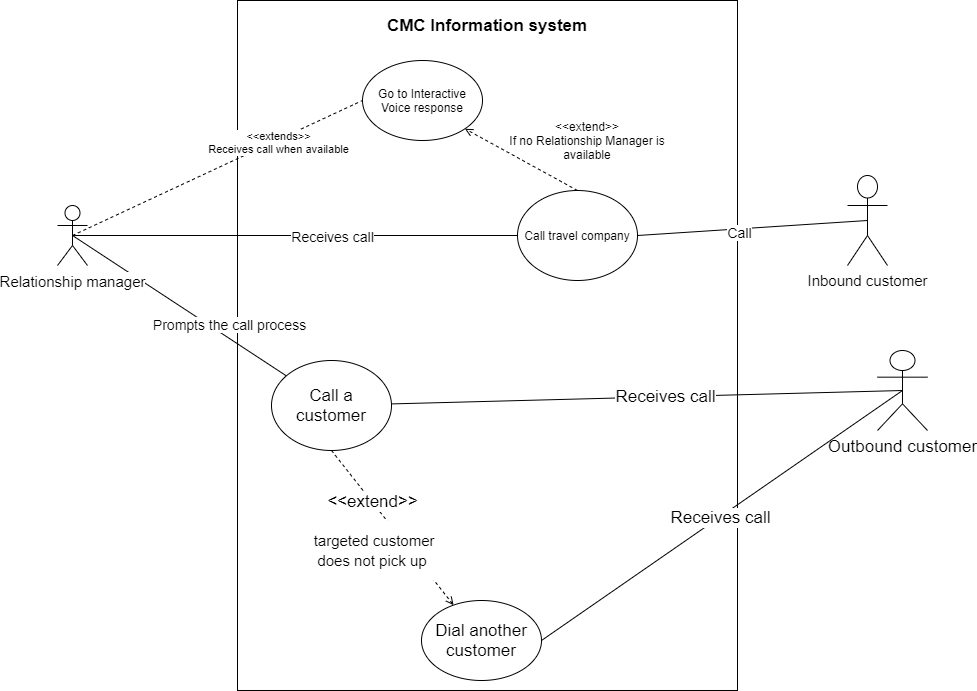
Earlier version of the draw.io export Folder for workproducts and models/Use case diagram "inbound and outbound".png (tharlon7/ADJMT). Source tidied: cells renumbered, new cells last; positions are measured from the earlier drawing's top-left corner, leaving out a move shared by most shapes. Source of this version:
```xml
<mxGraphModel>
  <root>
    <mxCell id="0" />
    <mxCell id="1" parent="0" />
    <mxCell id="2" style="rounded=0;whiteSpace=wrap;html=1;fontSize=17;" parent="1" vertex="1">
      <mxGeometry x="180" width="500" height="690" as="geometry" />
    </mxCell>
    <mxCell id="3" value="&lt;b style=&quot;font-size: 17px;&quot;&gt;&lt;font style=&quot;font-size: 17px;&quot;&gt;CMC Information system&lt;/font&gt;&lt;/b&gt;" style="text;html=1;strokeColor=none;fillColor=none;align=center;verticalAlign=middle;whiteSpace=wrap;rounded=0;fontSize=17;" parent="1" vertex="1">
      <mxGeometry x="306" y="10" width="248" height="30" as="geometry" />
    </mxCell>
    <mxCell id="4" style="rounded=0;jettySize=auto;html=1;exitX=0.5;exitY=0.5;exitDx=0;exitDy=0;exitPerimeter=0;endArrow=none;endFill=0;fontSize=17;" parent="1" edge="1" source="8" target="14">
      <mxGeometry relative="1" as="geometry" />
    </mxCell>
    <mxCell id="5" value="Prompts the call process" style="edgeLabel;html=1;align=center;verticalAlign=middle;fontSize=14;" parent="4" vertex="1">
      <mxGeometry x="0.16" relative="1" as="geometry">
        <mxPoint x="32.9" y="7.6" as="offset" />
      </mxGeometry>
    </mxCell>
    <mxCell id="6" style="rounded=0;jettySize=auto;html=1;exitX=0.5;exitY=0.5;exitDx=0;exitDy=0;exitPerimeter=0;entryX=0;entryY=0.5;entryDx=0;entryDy=0;endArrow=none;endFill=0;dashed=1;" parent="1" edge="1" source="8" target="25">
      <mxGeometry relative="1" as="geometry" />
    </mxCell>
    <mxCell id="7" value="&amp;lt;&amp;lt;extends&amp;gt;&amp;gt;&lt;br&gt;Receives call when available" style="edgeLabel;html=1;align=center;verticalAlign=middle;" parent="6" vertex="1">
      <mxGeometry x="0.52" y="3" relative="1" as="geometry">
        <mxPoint x="-13.1" y="12.2" as="offset" />
      </mxGeometry>
    </mxCell>
    <mxCell id="8" value="&lt;font style=&quot;font-size: 15px&quot;&gt;Relationship manager&lt;/font&gt;" style="shape=umlActor;verticalLabelPosition=bottom;labelBackgroundColor=#ffffff;verticalAlign=top;html=1;outlineConnect=0;fontSize=17;" parent="1" vertex="1">
      <mxGeometry y="205" width="30" height="60" as="geometry" />
    </mxCell>
    <mxCell id="9" style="edgeStyle=none;rounded=0;jettySize=auto;html=1;exitX=0.5;exitY=0.5;exitDx=0;exitDy=0;exitPerimeter=0;endArrow=none;endFill=0;fontSize=17;" parent="1" edge="1" source="11" target="14">
      <mxGeometry relative="1" as="geometry" />
    </mxCell>
    <mxCell id="10" value="Receives call" style="edgeLabel;html=1;align=center;verticalAlign=middle;fontSize=17;" parent="9" vertex="1">
      <mxGeometry x="-0.14" y="1" relative="1" as="geometry">
        <mxPoint x="-18" y="-1" as="offset" />
      </mxGeometry>
    </mxCell>
    <mxCell id="11" value="Outbound customer" style="shape=umlActor;verticalLabelPosition=bottom;labelBackgroundColor=#ffffff;verticalAlign=top;html=1;outlineConnect=0;fontSize=17;" parent="1" vertex="1">
      <mxGeometry x="820" y="350" width="50" height="80" as="geometry" />
    </mxCell>
    <mxCell id="12" style="edgeStyle=none;rounded=0;jettySize=auto;html=1;exitX=0.5;exitY=1;exitDx=0;exitDy=0;endArrow=open;endFill=0;fontSize=17;dashed=1;" parent="1" edge="1" source="14" target="17">
      <mxGeometry relative="1" as="geometry" />
    </mxCell>
    <mxCell id="13" value="&amp;lt;&amp;lt;extend&amp;gt;&amp;gt;" style="edgeLabel;html=1;align=center;verticalAlign=middle;fontSize=17;" parent="12" vertex="1">
      <mxGeometry x="-0.32" y="4" relative="1" as="geometry">
        <mxPoint x="-4" as="offset" />
      </mxGeometry>
    </mxCell>
    <mxCell id="14" value="Call a customer" style="ellipse;whiteSpace=wrap;html=1;fontSize=17;" parent="1" vertex="1">
      <mxGeometry x="214" y="360" width="120" height="90" as="geometry" />
    </mxCell>
    <mxCell id="15" style="edgeStyle=none;rounded=0;jettySize=auto;html=1;exitX=1;exitY=0.5;exitDx=0;exitDy=0;entryX=0.5;entryY=0.5;entryDx=0;entryDy=0;endArrow=none;endFill=0;entryPerimeter=0;fontSize=17;" parent="1" edge="1" source="17" target="11">
      <mxGeometry relative="1" as="geometry" />
    </mxCell>
    <mxCell id="16" value="Receives call" style="edgeLabel;html=1;align=center;verticalAlign=middle;fontSize=17;" parent="15" vertex="1">
      <mxGeometry x="0.16" y="-1" relative="1" as="geometry">
        <mxPoint x="-31.7" y="21" as="offset" />
      </mxGeometry>
    </mxCell>
    <mxCell id="17" value="Dial another customer" style="ellipse;whiteSpace=wrap;html=1;fontSize=17;" parent="1" vertex="1">
      <mxGeometry x="364" y="600" width="120" height="80" as="geometry" />
    </mxCell>
    <mxCell id="18" value="&lt;font style=&quot;font-size: 15px&quot;&gt;&amp;nbsp;targeted customer does not pick up&lt;/font&gt;" style="text;html=1;strokeColor=none;fillColor=#ffffff;align=center;verticalAlign=middle;whiteSpace=wrap;rounded=0;fontSize=17;" parent="1" vertex="1">
      <mxGeometry x="240" y="520" width="150" height="60" as="geometry" />
    </mxCell>
    <mxCell id="19" style="edgeStyle=none;rounded=0;jettySize=auto;html=1;exitX=0.5;exitY=0;exitDx=0;exitDy=0;entryX=1;entryY=1;entryDx=0;entryDy=0;endArrow=open;endFill=0;dashed=1;" parent="1" edge="1" source="24" target="25">
      <mxGeometry relative="1" as="geometry" />
    </mxCell>
    <mxCell id="20" style="edgeStyle=none;rounded=0;jettySize=auto;html=1;exitX=1;exitY=0.5;exitDx=0;exitDy=0;entryX=0.5;entryY=0.5;entryDx=0;entryDy=0;entryPerimeter=0;endArrow=none;endFill=0;fontSize=14;" parent="1" edge="1" source="24" target="27">
      <mxGeometry relative="1" as="geometry" />
    </mxCell>
    <mxCell id="21" value="Call" style="edgeLabel;html=1;align=center;verticalAlign=middle;fontSize=14;" parent="20" vertex="1">
      <mxGeometry x="-0.11" y="-3" relative="1" as="geometry" />
    </mxCell>
    <mxCell id="22" style="edgeStyle=none;rounded=0;jettySize=auto;html=1;exitX=0;exitY=0.5;exitDx=0;exitDy=0;entryX=0.5;entryY=0.5;entryDx=0;entryDy=0;entryPerimeter=0;endArrow=none;endFill=0;fontSize=14;" parent="1" edge="1" source="24" target="8">
      <mxGeometry relative="1" as="geometry" />
    </mxCell>
    <mxCell id="23" value="Receives call" style="edgeLabel;html=1;align=center;verticalAlign=middle;fontSize=14;" parent="22" vertex="1">
      <mxGeometry x="-0.27" relative="1" as="geometry">
        <mxPoint x="-23.6" as="offset" />
      </mxGeometry>
    </mxCell>
    <mxCell id="24" value="Call travel company" style="ellipse;whiteSpace=wrap;html=1;" parent="1" vertex="1">
      <mxGeometry x="460" y="190" width="120" height="90" as="geometry" />
    </mxCell>
    <mxCell id="25" value="Go to Interactive Voice response" style="ellipse;whiteSpace=wrap;html=1;" parent="1" vertex="1">
      <mxGeometry x="305" y="60" width="120" height="80" as="geometry" />
    </mxCell>
    <mxCell id="26" value="&amp;lt;&amp;lt;extend&amp;gt;&amp;gt;&lt;br&gt;If no Relationship Manager is available" style="text;html=1;strokeColor=none;fillColor=none;align=center;verticalAlign=middle;whiteSpace=wrap;rounded=0;" parent="1" vertex="1">
      <mxGeometry x="440" y="130" width="180" height="20" as="geometry" />
    </mxCell>
    <mxCell id="27" value="&lt;font style=&quot;font-size: 15px&quot;&gt;Inbound customer&lt;/font&gt;" style="shape=umlActor;verticalLabelPosition=bottom;labelBackgroundColor=#ffffff;verticalAlign=top;html=1;outlineConnect=0;" parent="1" vertex="1">
      <mxGeometry x="790" y="175" width="40" height="90" as="geometry" />
    </mxCell>
  </root>
</mxGraphModel>
```
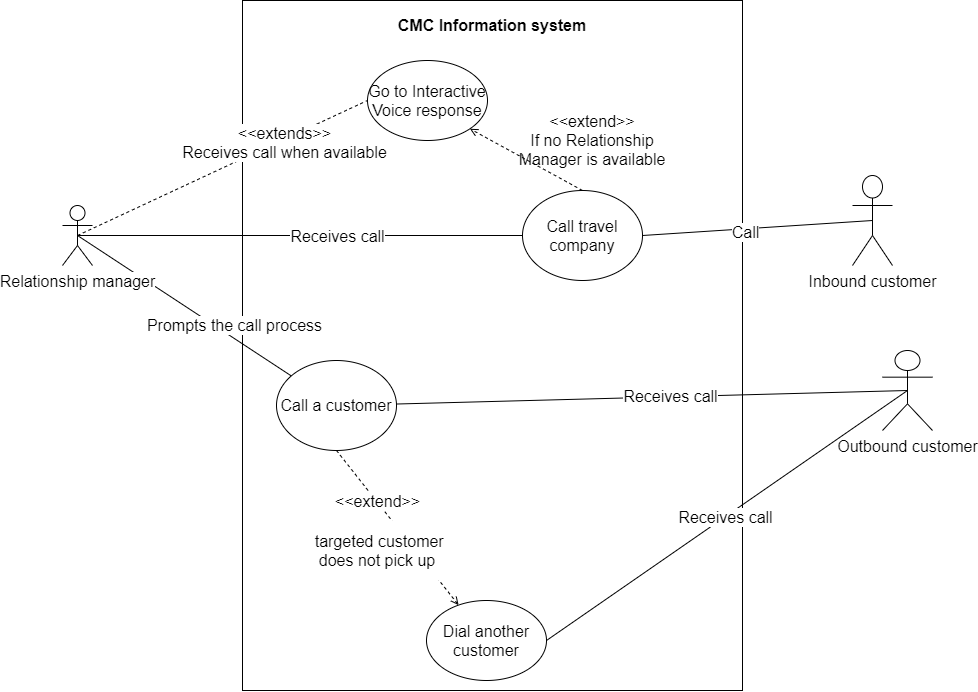
After the commit.

Commit message:
made text larger

The edit, as a diff of the source:
```diff
@@ -2,94 +2,94 @@
   <root>
     <mxCell id="0" />
     <mxCell id="1" parent="0" />
-    <mxCell id="2" style="rounded=0;whiteSpace=wrap;html=1;fontSize=17;" parent="1" vertex="1">
+    <mxCell id="2" style="rounded=0;whiteSpace=wrap;html=1;fontSize=16;" parent="1" vertex="1">
       <mxGeometry x="180" width="500" height="690" as="geometry" />
     </mxCell>
-    <mxCell id="3" value="&lt;b style=&quot;font-size: 17px;&quot;&gt;&lt;font style=&quot;font-size: 17px;&quot;&gt;CMC Information system&lt;/font&gt;&lt;/b&gt;" style="text;html=1;strokeColor=none;fillColor=none;align=center;verticalAlign=middle;whiteSpace=wrap;rounded=0;fontSize=17;" parent="1" vertex="1">
+    <mxCell id="3" value="&lt;b style=&quot;font-size: 16px;&quot;&gt;&lt;font style=&quot;font-size: 16px;&quot;&gt;CMC Information system&lt;/font&gt;&lt;/b&gt;" style="text;html=1;strokeColor=none;fillColor=none;align=center;verticalAlign=middle;whiteSpace=wrap;rounded=0;fontSize=16;" parent="1" vertex="1">
       <mxGeometry x="306" y="10" width="248" height="30" as="geometry" />
     </mxCell>
-    <mxCell id="4" style="rounded=0;jettySize=auto;html=1;exitX=0.5;exitY=0.5;exitDx=0;exitDy=0;exitPerimeter=0;endArrow=none;endFill=0;fontSize=17;" parent="1" edge="1" source="8" target="14">
+    <mxCell id="4" style="rounded=0;jettySize=auto;html=1;exitX=0.5;exitY=0.5;exitDx=0;exitDy=0;exitPerimeter=0;endArrow=none;endFill=0;fontSize=16;" parent="1" edge="1" source="8" target="14">
       <mxGeometry relative="1" as="geometry" />
     </mxCell>
-    <mxCell id="5" value="Prompts the call process" style="edgeLabel;html=1;align=center;verticalAlign=middle;fontSize=14;" parent="4" vertex="1">
+    <mxCell id="5" value="Prompts the call process" style="edgeLabel;html=1;align=center;verticalAlign=middle;fontSize=16;" parent="4" vertex="1">
       <mxGeometry x="0.16" relative="1" as="geometry">
         <mxPoint x="32.9" y="7.6" as="offset" />
       </mxGeometry>
     </mxCell>
-    <mxCell id="6" style="rounded=0;jettySize=auto;html=1;exitX=0.5;exitY=0.5;exitDx=0;exitDy=0;exitPerimeter=0;entryX=0;entryY=0.5;entryDx=0;entryDy=0;endArrow=none;endFill=0;dashed=1;" parent="1" edge="1" source="8" target="25">
+    <mxCell id="6" style="rounded=0;jettySize=auto;html=1;exitX=0.5;exitY=0.5;exitDx=0;exitDy=0;exitPerimeter=0;entryX=0;entryY=0.5;entryDx=0;entryDy=0;endArrow=none;endFill=0;dashed=1;fontSize=16;" parent="1" edge="1" source="8" target="25">
       <mxGeometry relative="1" as="geometry" />
     </mxCell>
-    <mxCell id="7" value="&amp;lt;&amp;lt;extends&amp;gt;&amp;gt;&lt;br&gt;Receives call when available" style="edgeLabel;html=1;align=center;verticalAlign=middle;" parent="6" vertex="1">
+    <mxCell id="7" value="&amp;lt;&amp;lt;extends&amp;gt;&amp;gt;&lt;br style=&quot;font-size: 16px;&quot;&gt;Receives call when available" style="edgeLabel;html=1;align=center;verticalAlign=middle;fontSize=16;" parent="6" vertex="1">
       <mxGeometry x="0.52" y="3" relative="1" as="geometry">
         <mxPoint x="-13.1" y="12.2" as="offset" />
       </mxGeometry>
     </mxCell>
-    <mxCell id="8" value="&lt;font style=&quot;font-size: 15px&quot;&gt;Relationship manager&lt;/font&gt;" style="shape=umlActor;verticalLabelPosition=bottom;labelBackgroundColor=#ffffff;verticalAlign=top;html=1;outlineConnect=0;fontSize=17;" parent="1" vertex="1">
+    <mxCell id="8" value="&lt;font style=&quot;font-size: 16px;&quot;&gt;Relationship manager&lt;/font&gt;" style="shape=umlActor;verticalLabelPosition=bottom;labelBackgroundColor=#ffffff;verticalAlign=top;html=1;outlineConnect=0;fontSize=16;" parent="1" vertex="1">
       <mxGeometry y="205" width="30" height="60" as="geometry" />
     </mxCell>
-    <mxCell id="9" style="edgeStyle=none;rounded=0;jettySize=auto;html=1;exitX=0.5;exitY=0.5;exitDx=0;exitDy=0;exitPerimeter=0;endArrow=none;endFill=0;fontSize=17;" parent="1" edge="1" source="11" target="14">
+    <mxCell id="9" style="edgeStyle=none;rounded=0;jettySize=auto;html=1;exitX=0.5;exitY=0.5;exitDx=0;exitDy=0;exitPerimeter=0;endArrow=none;endFill=0;fontSize=16;" parent="1" edge="1" source="11" target="14">
       <mxGeometry relative="1" as="geometry" />
     </mxCell>
-    <mxCell id="10" value="Receives call" style="edgeLabel;html=1;align=center;verticalAlign=middle;fontSize=17;" parent="9" vertex="1">
+    <mxCell id="10" value="Receives call" style="edgeLabel;html=1;align=center;verticalAlign=middle;fontSize=16;" parent="9" vertex="1">
       <mxGeometry x="-0.14" y="1" relative="1" as="geometry">
         <mxPoint x="-18" y="-1" as="offset" />
       </mxGeometry>
     </mxCell>
-    <mxCell id="11" value="Outbound customer" style="shape=umlActor;verticalLabelPosition=bottom;labelBackgroundColor=#ffffff;verticalAlign=top;html=1;outlineConnect=0;fontSize=17;" parent="1" vertex="1">
+    <mxCell id="11" value="Outbound customer" style="shape=umlActor;verticalLabelPosition=bottom;labelBackgroundColor=#ffffff;verticalAlign=top;html=1;outlineConnect=0;fontSize=16;" parent="1" vertex="1">
       <mxGeometry x="820" y="350" width="50" height="80" as="geometry" />
     </mxCell>
-    <mxCell id="12" style="edgeStyle=none;rounded=0;jettySize=auto;html=1;exitX=0.5;exitY=1;exitDx=0;exitDy=0;endArrow=open;endFill=0;fontSize=17;dashed=1;" parent="1" edge="1" source="14" target="17">
+    <mxCell id="12" style="edgeStyle=none;rounded=0;jettySize=auto;html=1;exitX=0.5;exitY=1;exitDx=0;exitDy=0;endArrow=open;endFill=0;fontSize=16;dashed=1;" parent="1" edge="1" source="14" target="17">
       <mxGeometry relative="1" as="geometry" />
     </mxCell>
-    <mxCell id="13" value="&amp;lt;&amp;lt;extend&amp;gt;&amp;gt;" style="edgeLabel;html=1;align=center;verticalAlign=middle;fontSize=17;" parent="12" vertex="1">
+    <mxCell id="13" value="&amp;lt;&amp;lt;extend&amp;gt;&amp;gt;" style="edgeLabel;html=1;align=center;verticalAlign=middle;fontSize=16;" parent="12" vertex="1">
       <mxGeometry x="-0.32" y="4" relative="1" as="geometry">
         <mxPoint x="-4" as="offset" />
       </mxGeometry>
     </mxCell>
-    <mxCell id="14" value="Call a customer" style="ellipse;whiteSpace=wrap;html=1;fontSize=17;" parent="1" vertex="1">
+    <mxCell id="14" value="Call a customer" style="ellipse;whiteSpace=wrap;html=1;fontSize=16;" parent="1" vertex="1">
       <mxGeometry x="214" y="360" width="120" height="90" as="geometry" />
     </mxCell>
-    <mxCell id="15" style="edgeStyle=none;rounded=0;jettySize=auto;html=1;exitX=1;exitY=0.5;exitDx=0;exitDy=0;entryX=0.5;entryY=0.5;entryDx=0;entryDy=0;endArrow=none;endFill=0;entryPerimeter=0;fontSize=17;" parent="1" edge="1" source="17" target="11">
+    <mxCell id="15" style="edgeStyle=none;rounded=0;jettySize=auto;html=1;exitX=1;exitY=0.5;exitDx=0;exitDy=0;entryX=0.5;entryY=0.5;entryDx=0;entryDy=0;endArrow=none;endFill=0;entryPerimeter=0;fontSize=16;" parent="1" edge="1" source="17" target="11">
       <mxGeometry relative="1" as="geometry" />
     </mxCell>
-    <mxCell id="16" value="Receives call" style="edgeLabel;html=1;align=center;verticalAlign=middle;fontSize=17;" parent="15" vertex="1">
+    <mxCell id="16" value="Receives call" style="edgeLabel;html=1;align=center;verticalAlign=middle;fontSize=16;" parent="15" vertex="1">
       <mxGeometry x="0.16" y="-1" relative="1" as="geometry">
         <mxPoint x="-31.7" y="21" as="offset" />
       </mxGeometry>
     </mxCell>
-    <mxCell id="17" value="Dial another customer" style="ellipse;whiteSpace=wrap;html=1;fontSize=17;" parent="1" vertex="1">
+    <mxCell id="17" value="Dial another customer" style="ellipse;whiteSpace=wrap;html=1;fontSize=16;" parent="1" vertex="1">
       <mxGeometry x="364" y="600" width="120" height="80" as="geometry" />
     </mxCell>
-    <mxCell id="18" value="&lt;font style=&quot;font-size: 15px&quot;&gt;&amp;nbsp;targeted customer does not pick up&lt;/font&gt;" style="text;html=1;strokeColor=none;fillColor=#ffffff;align=center;verticalAlign=middle;whiteSpace=wrap;rounded=0;fontSize=17;" parent="1" vertex="1">
+    <mxCell id="18" value="&lt;font style=&quot;font-size: 16px;&quot;&gt;&amp;nbsp;targeted customer does not pick up&lt;/font&gt;" style="text;html=1;strokeColor=none;fillColor=#ffffff;align=center;verticalAlign=middle;whiteSpace=wrap;rounded=0;fontSize=16;" parent="1" vertex="1">
       <mxGeometry x="240" y="520" width="150" height="60" as="geometry" />
     </mxCell>
-    <mxCell id="19" style="edgeStyle=none;rounded=0;jettySize=auto;html=1;exitX=0.5;exitY=0;exitDx=0;exitDy=0;entryX=1;entryY=1;entryDx=0;entryDy=0;endArrow=open;endFill=0;dashed=1;" parent="1" edge="1" source="24" target="25">
+    <mxCell id="19" style="edgeStyle=none;rounded=0;jettySize=auto;html=1;exitX=0.5;exitY=0;exitDx=0;exitDy=0;entryX=1;entryY=1;entryDx=0;entryDy=0;endArrow=open;endFill=0;dashed=1;fontSize=16;" parent="1" edge="1" source="24" target="25">
       <mxGeometry relative="1" as="geometry" />
     </mxCell>
-    <mxCell id="20" style="edgeStyle=none;rounded=0;jettySize=auto;html=1;exitX=1;exitY=0.5;exitDx=0;exitDy=0;entryX=0.5;entryY=0.5;entryDx=0;entryDy=0;entryPerimeter=0;endArrow=none;endFill=0;fontSize=14;" parent="1" edge="1" source="24" target="27">
+    <mxCell id="20" style="edgeStyle=none;rounded=0;jettySize=auto;html=1;exitX=1;exitY=0.5;exitDx=0;exitDy=0;entryX=0.5;entryY=0.5;entryDx=0;entryDy=0;entryPerimeter=0;endArrow=none;endFill=0;fontSize=16;" parent="1" edge="1" source="24" target="27">
       <mxGeometry relative="1" as="geometry" />
     </mxCell>
-    <mxCell id="21" value="Call" style="edgeLabel;html=1;align=center;verticalAlign=middle;fontSize=14;" parent="20" vertex="1">
+    <mxCell id="21" value="Call" style="edgeLabel;html=1;align=center;verticalAlign=middle;fontSize=16;" parent="20" vertex="1">
       <mxGeometry x="-0.11" y="-3" relative="1" as="geometry" />
     </mxCell>
-    <mxCell id="22" style="edgeStyle=none;rounded=0;jettySize=auto;html=1;exitX=0;exitY=0.5;exitDx=0;exitDy=0;entryX=0.5;entryY=0.5;entryDx=0;entryDy=0;entryPerimeter=0;endArrow=none;endFill=0;fontSize=14;" parent="1" edge="1" source="24" target="8">
+    <mxCell id="22" style="edgeStyle=none;rounded=0;jettySize=auto;html=1;exitX=0;exitY=0.5;exitDx=0;exitDy=0;entryX=0.5;entryY=0.5;entryDx=0;entryDy=0;entryPerimeter=0;endArrow=none;endFill=0;fontSize=16;" parent="1" edge="1" source="24" target="8">
       <mxGeometry relative="1" as="geometry" />
     </mxCell>
-    <mxCell id="23" value="Receives call" style="edgeLabel;html=1;align=center;verticalAlign=middle;fontSize=14;" parent="22" vertex="1">
+    <mxCell id="23" value="Receives call" style="edgeLabel;html=1;align=center;verticalAlign=middle;fontSize=16;" parent="22" vertex="1">
       <mxGeometry x="-0.27" relative="1" as="geometry">
         <mxPoint x="-23.6" as="offset" />
       </mxGeometry>
     </mxCell>
-    <mxCell id="24" value="Call travel company" style="ellipse;whiteSpace=wrap;html=1;" parent="1" vertex="1">
+    <mxCell id="24" value="Call travel company" style="ellipse;whiteSpace=wrap;html=1;fontSize=16;" parent="1" vertex="1">
       <mxGeometry x="460" y="190" width="120" height="90" as="geometry" />
     </mxCell>
-    <mxCell id="25" value="Go to Interactive Voice response" style="ellipse;whiteSpace=wrap;html=1;" parent="1" vertex="1">
+    <mxCell id="25" value="Go to Interactive Voice response" style="ellipse;whiteSpace=wrap;html=1;fontSize=16;" parent="1" vertex="1">
       <mxGeometry x="305" y="60" width="120" height="80" as="geometry" />
     </mxCell>
-    <mxCell id="26" value="&amp;lt;&amp;lt;extend&amp;gt;&amp;gt;&lt;br&gt;If no Relationship Manager is available" style="text;html=1;strokeColor=none;fillColor=none;align=center;verticalAlign=middle;whiteSpace=wrap;rounded=0;" parent="1" vertex="1">
+    <mxCell id="26" value="&amp;lt;&amp;lt;extend&amp;gt;&amp;gt;&lt;br style=&quot;font-size: 16px;&quot;&gt;If no Relationship Manager is available" style="text;html=1;strokeColor=none;fillColor=none;align=center;verticalAlign=middle;whiteSpace=wrap;rounded=0;fontSize=16;" parent="1" vertex="1">
       <mxGeometry x="440" y="130" width="180" height="20" as="geometry" />
     </mxCell>
-    <mxCell id="27" value="&lt;font style=&quot;font-size: 15px&quot;&gt;Inbound customer&lt;/font&gt;" style="shape=umlActor;verticalLabelPosition=bottom;labelBackgroundColor=#ffffff;verticalAlign=top;html=1;outlineConnect=0;" parent="1" vertex="1">
+    <mxCell id="27" value="&lt;font style=&quot;font-size: 16px;&quot;&gt;Inbound customer&lt;/font&gt;" style="shape=umlActor;verticalLabelPosition=bottom;labelBackgroundColor=#ffffff;verticalAlign=top;html=1;outlineConnect=0;fontSize=16;" parent="1" vertex="1">
       <mxGeometry x="790" y="175" width="40" height="90" as="geometry" />
     </mxCell>
   </root>
```
